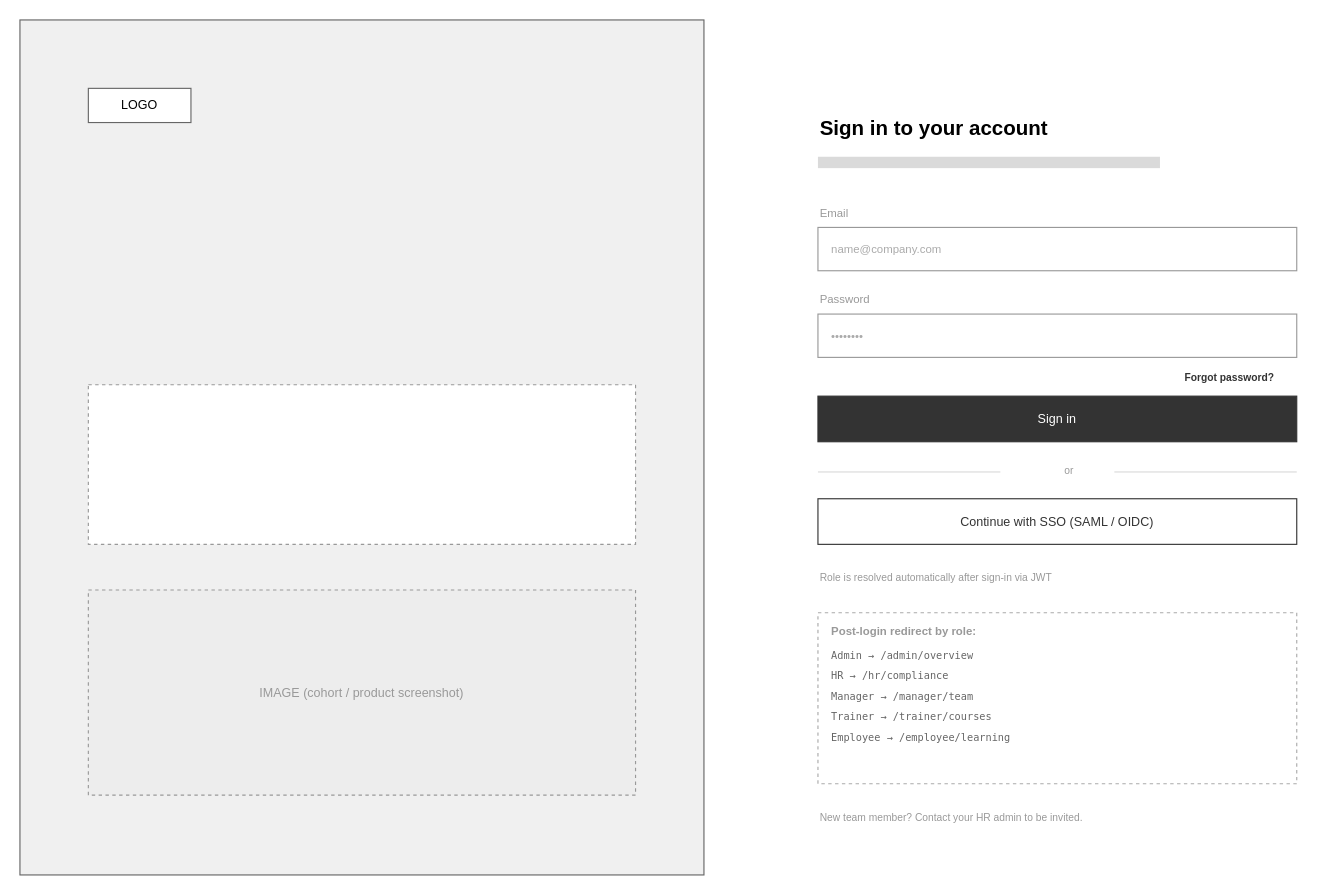
Before: page "2 Login Page" (2 of 10) of docs/CourseWebsite_WireDiagram.drawio.xml in ShaniCodeBreaker/Coursify, a draw.io diagram. Source tidied: cells renumbered, new cells numbered last; positions are measured from the earlier drawing's top-left corner, leaving out a move shared by most shapes. Both pictures are drawn from the tidied source at 114%, with x=0, y=0 at pixel (19, 19).
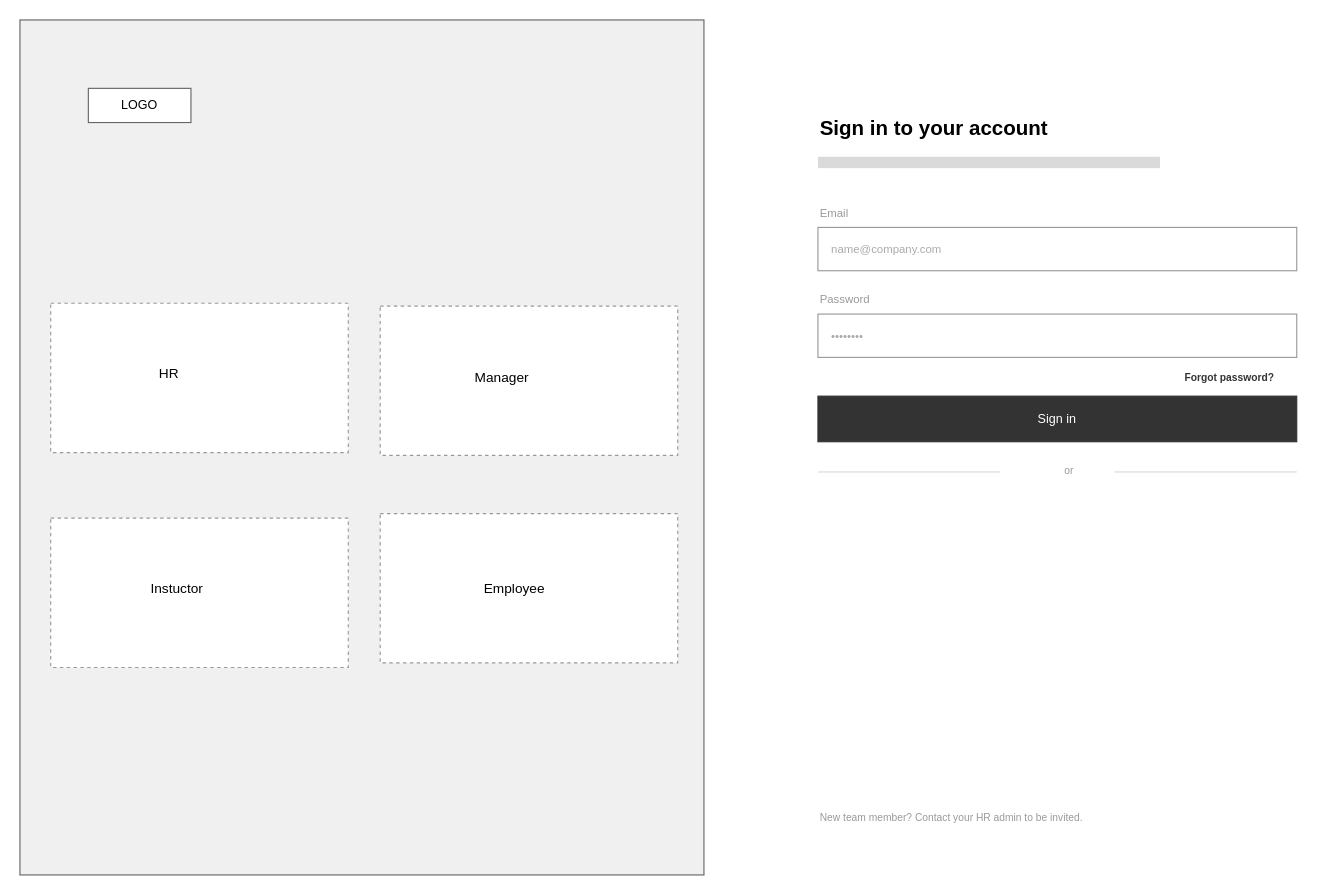
The same diagram, later.

Change to the diagram source:
```diff
@@
     <mxCell id="4" style="rounded=0;whiteSpace=wrap;html=1;fillColor=#FFFFFF;strokeColor=#666666;fontSize=11;align=center;verticalAlign=middle;dashed=1;strokeColor=#999999;fontSize=11;fontColor=#999999;" parent="1" vertex="1">
-      <mxGeometry x="60" y="320" width="480" height="140" as="geometry" />
+      <mxGeometry x="27" y="248.5" width="261" height="131" as="geometry" />
     </mxCell>
-    <mxCell id="5" value="IMAGE (cohort / product screenshot)" style="rounded=0;whiteSpace=wrap;html=1;fillColor=#FFFFFF;strokeColor=#666666;fontSize=11;align=center;verticalAlign=middle;fillColor=#EDEDED;strokeColor=#999999;dashed=1;fontColor=#999999;" parent="1" vertex="1">
-      <mxGeometry x="60" y="500" width="480" height="180" as="geometry" />
-    </mxCell>
@@
-    <mxCell id="17" value="Continue with SSO (SAML / OIDC)" style="rounded=0;whiteSpace=wrap;html=1;fillColor=#FFFFFF;strokeColor=#666666;fontSize=11;align=center;verticalAlign=middle;rounded=4;fillColor=#FFFFFF;strokeColor=#333333;fontColor=#333333;fontSize=11;" parent="1" vertex="1">
-      <mxGeometry x="700" y="420" width="420" height="40" as="geometry" />
-    </mxCell>
-    <mxCell id="18" value="Role is resolved automatically after sign-in via JWT" style="text;html=1;fillColor=none;strokeColor=none;fontSize=12;fontStyle=1;align=left;verticalAlign=middle;fontSize=9;fontStyle=0;fontColor=#999999;" parent="1" vertex="1">
-      <mxGeometry x="700" y="480" width="420" height="20" as="geometry" />
-    </mxCell>
-    <mxCell id="19" style="rounded=0;whiteSpace=wrap;html=1;fillColor=#FFFFFF;strokeColor=#666666;fontSize=11;align=center;verticalAlign=middle;strokeColor=#AAAAAA;dashed=1;align=left;verticalAlign=top;spacingLeft=10;spacingTop=10;" parent="1" vertex="1">
-      <mxGeometry x="700" y="520" width="420" height="150" as="geometry" />
-    </mxCell>
-    <mxCell id="20" value="Post-login redirect by role:" style="text;html=1;fillColor=none;strokeColor=none;fontSize=12;fontStyle=1;align=left;verticalAlign=middle;fontSize=10;fontColor=#999999;" parent="1" vertex="1">
-      <mxGeometry x="710" y="528" width="300" height="16" as="geometry" />
-    </mxCell>
-    <mxCell id="21" value="Admin → /admin/overview" style="text;html=1;fillColor=none;strokeColor=none;fontSize=12;fontStyle=1;align=left;verticalAlign=middle;fontSize=9;fontStyle=0;fontFamily=monospace;fontColor=#666666;" parent="1" vertex="1">
-      <mxGeometry x="710" y="550" width="380" height="16" as="geometry" />
-    </mxCell>
-    <mxCell id="22" value="HR → /hr/compliance" style="text;html=1;fillColor=none;strokeColor=none;fontSize=12;fontStyle=1;align=left;verticalAlign=middle;fontSize=9;fontStyle=0;fontFamily=monospace;fontColor=#666666;" parent="1" vertex="1">
-      <mxGeometry x="710" y="568" width="380" height="16" as="geometry" />
-    </mxCell>
-    <mxCell id="23" value="Manager → /manager/team" style="text;html=1;fillColor=none;strokeColor=none;fontSize=12;fontStyle=1;align=left;verticalAlign=middle;fontSize=9;fontStyle=0;fontFamily=monospace;fontColor=#666666;" parent="1" vertex="1">
-      <mxGeometry x="710" y="586" width="380" height="16" as="geometry" />
-    </mxCell>
-    <mxCell id="24" value="Trainer → /trainer/courses" style="text;html=1;fillColor=none;strokeColor=none;fontSize=12;fontStyle=1;align=left;verticalAlign=middle;fontSize=9;fontStyle=0;fontFamily=monospace;fontColor=#666666;" parent="1" vertex="1">
-      <mxGeometry x="710" y="604" width="380" height="16" as="geometry" />
-    </mxCell>
-    <mxCell id="25" value="Employee → /employee/learning" style="text;html=1;fillColor=none;strokeColor=none;fontSize=12;fontStyle=1;align=left;verticalAlign=middle;fontSize=9;fontStyle=0;fontFamily=monospace;fontColor=#666666;" parent="1" vertex="1">
-      <mxGeometry x="710" y="622" width="380" height="16" as="geometry" />
-    </mxCell>
@@
+    <mxCell id="27" style="rounded=0;whiteSpace=wrap;html=1;fillColor=#FFFFFF;strokeColor=#666666;fontSize=11;align=center;verticalAlign=middle;dashed=1;strokeColor=#999999;fontSize=11;fontColor=#999999;" parent="1" vertex="1">
+      <mxGeometry x="316" y="251" width="261" height="131" as="geometry" />
+    </mxCell>
+    <mxCell id="28" style="rounded=0;whiteSpace=wrap;html=1;fillColor=#FFFFFF;strokeColor=#666666;fontSize=11;align=center;verticalAlign=middle;dashed=1;strokeColor=#999999;fontSize=11;fontColor=#999999;" parent="1" vertex="1">
+      <mxGeometry x="27" y="437" width="261" height="131" as="geometry" />
+    </mxCell>
+    <mxCell id="29" style="rounded=0;whiteSpace=wrap;html=1;fillColor=#FFFFFF;strokeColor=#666666;fontSize=11;align=center;verticalAlign=middle;dashed=1;strokeColor=#999999;fontSize=11;fontColor=#999999;" parent="1" vertex="1">
+      <mxGeometry x="316" y="433" width="261" height="131" as="geometry" />
+    </mxCell>
+    <mxCell id="30" value="HR" style="text;html=1;whiteSpace=wrap;strokeColor=none;fillColor=none;align=center;verticalAlign=middle;rounded=0;" parent="1" vertex="1">
+      <mxGeometry x="101" y="296" width="60" height="30" as="geometry" />
+    </mxCell>
+    <mxCell id="31" value="Manager" style="text;html=1;whiteSpace=wrap;strokeColor=none;fillColor=none;align=center;verticalAlign=middle;rounded=0;" parent="1" vertex="1">
+      <mxGeometry x="393" y="299" width="60" height="30" as="geometry" />
+    </mxCell>
+    <mxCell id="32" value="Instuctor" style="text;html=1;whiteSpace=wrap;strokeColor=none;fillColor=none;align=center;verticalAlign=middle;rounded=0;" parent="1" vertex="1">
+      <mxGeometry x="108" y="483.5" width="60" height="30" as="geometry" />
+    </mxCell>
+    <mxCell id="33" value="Employee" style="text;html=1;whiteSpace=wrap;strokeColor=none;fillColor=none;align=center;verticalAlign=middle;rounded=0;" parent="1" vertex="1">
+      <mxGeometry x="404" y="483.5" width="60" height="30" as="geometry" />
+    </mxCell>
```
